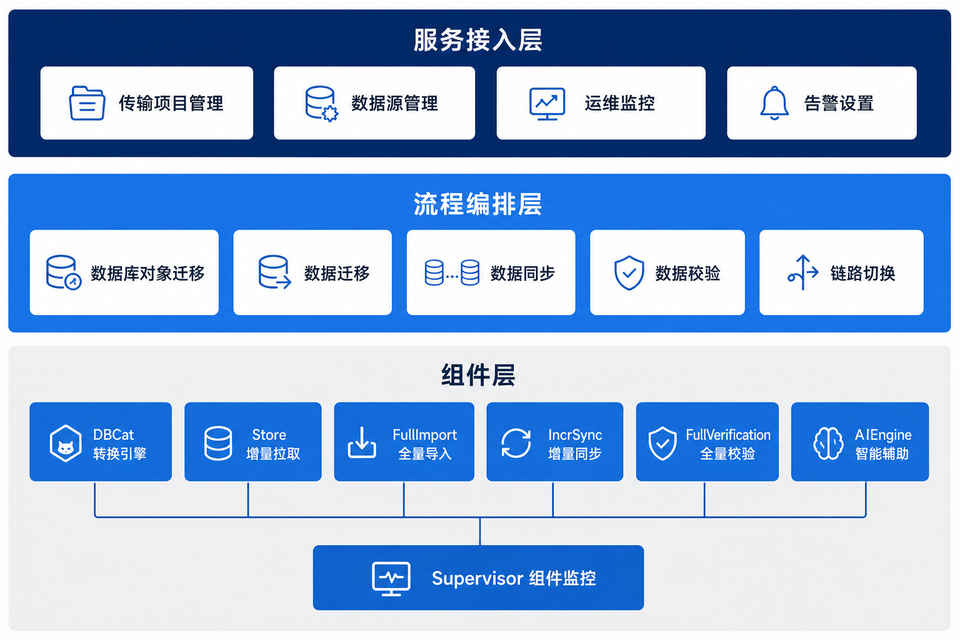
Above: doc/images/fig3-2-module-composition.png in program231/design (Mermaid), before the change. Its source is kept beside it as doc/diagrams/fig3-2-module-composition.mmd.
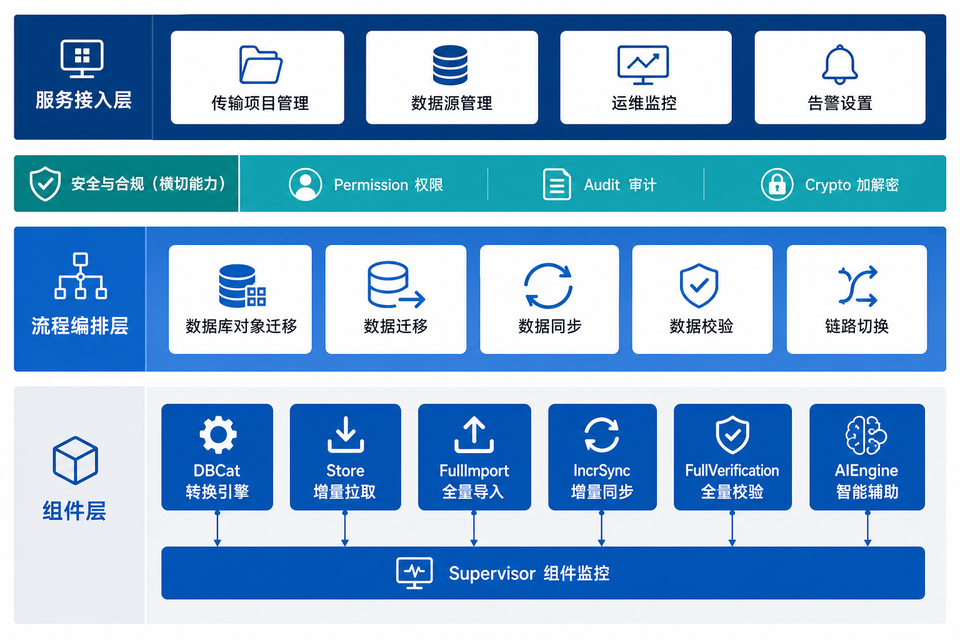
After the commit.

What changed in the source:
```diff
@@ -5,6 +5,13 @@
         P2[数据源管理]
         P3[运维监控]
         P4[告警设置]
+    end
+
+    subgraph security [横切安全]
+        direction LR
+        S1[Permission 权限]
+        S2[Audit 审计]
+        S3[Crypto 加解密]
     end
 
     subgraph orch [流程编排层]
@@ -18,17 +25,17 @@
 
     subgraph comps [组件层]
         direction LR
-        C1[DBCat<br/>转换引擎]
-        C2[Store<br/>增量拉取]
-        C3[FullImport<br/>全量导入]
-        C4[IncrSync<br/>增量同步]
-        C5[FullVerification<br/>全量校验]
-        C6[AIEngine<br/>智能辅助]
+        C1[DBCat 转换引擎]
+        C2[Store 增量拉取]
+        C3[FullImport 全量导入]
+        C4[IncrSync 增量同步]
+        C5[FullVerification 全量校验]
+        C6[AIEngine 智能辅助]
     end
 
     Sup[Supervisor 组件监控]
 
-    access --> orch --> comps
+    access --> security --> orch --> comps
     C1 --- Sup
     C2 --- Sup
     C3 --- Sup
```
